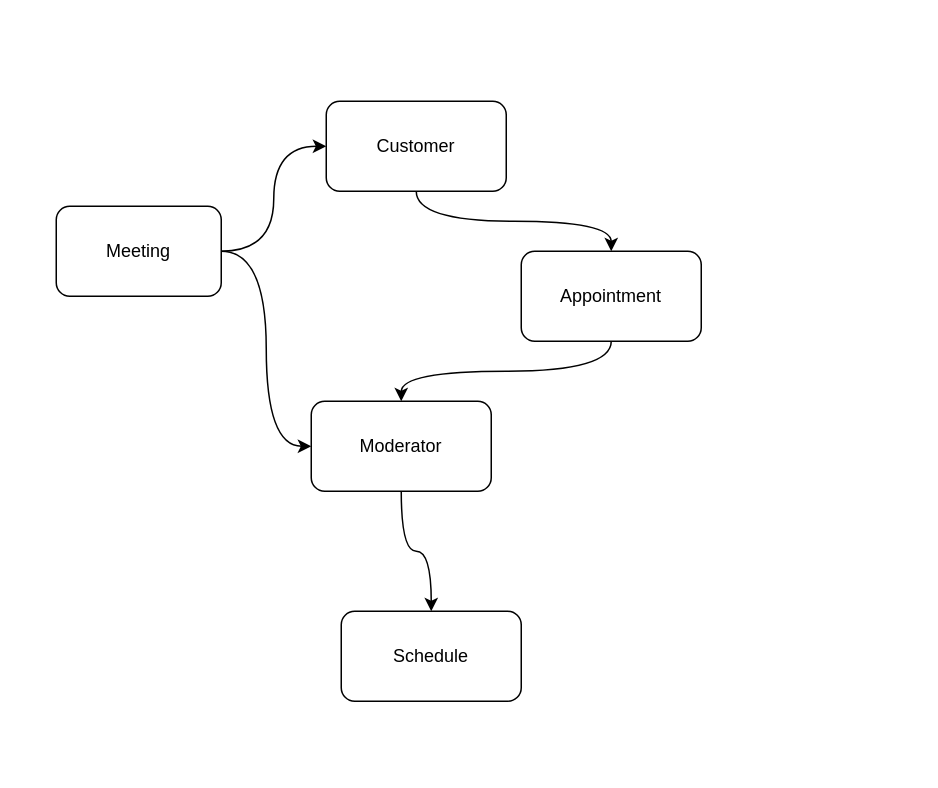
This is page "entities" (3 of 3) of Appointment Schedule.drawio from i3mDevep/appointment-schedule, a draw.io file, before an edit. Source tidied: cells renumbered, new cells numbered last; positions are measured from the earlier drawing's top-left corner, leaving out a move shared by most shapes. Both pictures are drawn from the tidied source at 150%, with x=0, y=0 at pixel (56, 100).
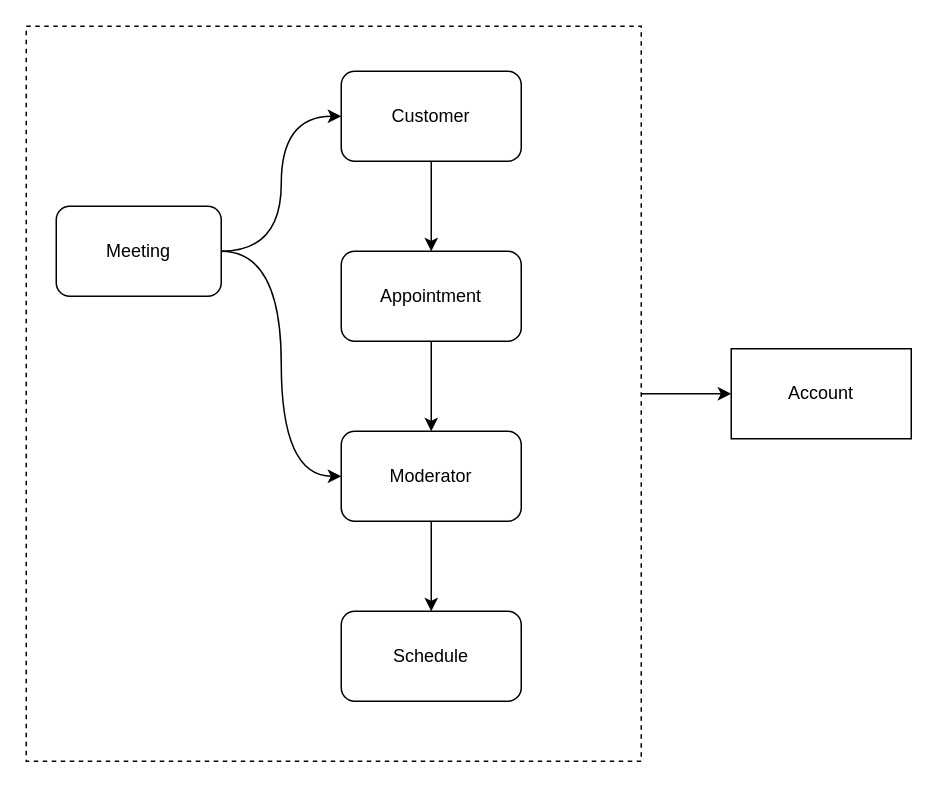
Above is the later version.

Diff of the diagram source:
```diff
@@
 <mxGraphModel>
   <root>
     <mxCell id="0" />
     <mxCell id="1" parent="0" />
+    <mxCell id="12" style="edgeStyle=orthogonalEdgeStyle;curved=1;rounded=0;jettySize=auto;html=1;strokeColor=default;" parent="1" edge="1" source="13" target="14">
+      <mxGeometry relative="1" as="geometry" />
+    </mxCell>
+    <mxCell id="13" style="rounded=0;whiteSpace=wrap;html=1;dashed=1;" parent="1" vertex="1">
+      <mxGeometry x="-20" y="-50" width="410" height="490" as="geometry" />
+    </mxCell>
     <mxCell id="2" style="edgeStyle=orthogonalEdgeStyle;curved=1;rounded=0;jettySize=auto;html=1;exitX=0.5;exitY=1;exitDx=0;exitDy=0;strokeColor=default;" parent="1" edge="1" source="3" target="11">
       <mxGeometry relative="1" as="geometry" />
     </mxCell>
     <mxCell id="3" value="Customer" style="rounded=1;whiteSpace=wrap;html=1;" parent="1" vertex="1">
-      <mxGeometry x="180" width="120" height="60" as="geometry" />
+      <mxGeometry x="190" y="-20" width="120" height="60" as="geometry" />
     </mxCell>
     <mxCell id="4" style="edgeStyle=orthogonalEdgeStyle;curved=1;rounded=0;jettySize=auto;html=1;entryX=0;entryY=0.5;entryDx=0;entryDy=0;strokeColor=default;" parent="1" edge="1" source="6" target="3">
       <mxGeometry relative="1" as="geometry" />
     </mxCell>
     <mxCell id="5" style="edgeStyle=orthogonalEdgeStyle;curved=1;rounded=0;jettySize=auto;html=1;entryX=0;entryY=0.5;entryDx=0;entryDy=0;strokeColor=default;" parent="1" edge="1" source="6" target="8">
       <mxGeometry relative="1" as="geometry" />
     </mxCell>
     <mxCell id="6" value="Meeting" style="rounded=1;whiteSpace=wrap;html=1;" parent="1" vertex="1">
       <mxGeometry y="70" width="110" height="60" as="geometry" />
     </mxCell>
     <mxCell id="7" style="edgeStyle=orthogonalEdgeStyle;curved=1;rounded=0;jettySize=auto;html=1;strokeColor=default;" parent="1" edge="1" source="8" target="9">
       <mxGeometry relative="1" as="geometry" />
     </mxCell>
     <mxCell id="8" value="Moderator" style="rounded=1;whiteSpace=wrap;html=1;" parent="1" vertex="1">
-      <mxGeometry x="170" y="200" width="120" height="60" as="geometry" />
+      <mxGeometry x="190" y="220" width="120" height="60" as="geometry" />
     </mxCell>
     <mxCell id="9" value="Schedule" style="whiteSpace=wrap;html=1;rounded=1;" parent="1" vertex="1">
       <mxGeometry x="190" y="340" width="120" height="60" as="geometry" />
     </mxCell>
     <mxCell id="10" style="edgeStyle=orthogonalEdgeStyle;curved=1;rounded=0;jettySize=auto;html=1;exitX=0.5;exitY=1;exitDx=0;exitDy=0;strokeColor=default;" parent="1" edge="1" source="11" target="8">
       <mxGeometry relative="1" as="geometry" />
     </mxCell>
     <mxCell id="11" value="Appointment" style="rounded=1;whiteSpace=wrap;html=1;" parent="1" vertex="1">
-      <mxGeometry x="310" y="100" width="120" height="60" as="geometry" />
+      <mxGeometry x="190" y="100" width="120" height="60" as="geometry" />
     </mxCell>
+    <mxCell id="14" value="Account" style="whiteSpace=wrap;html=1;rounded=0;" parent="1" vertex="1">
+      <mxGeometry x="450" y="165" width="120" height="60" as="geometry" />
+    </mxCell>
   </root>
 </mxGraphModel>
```
